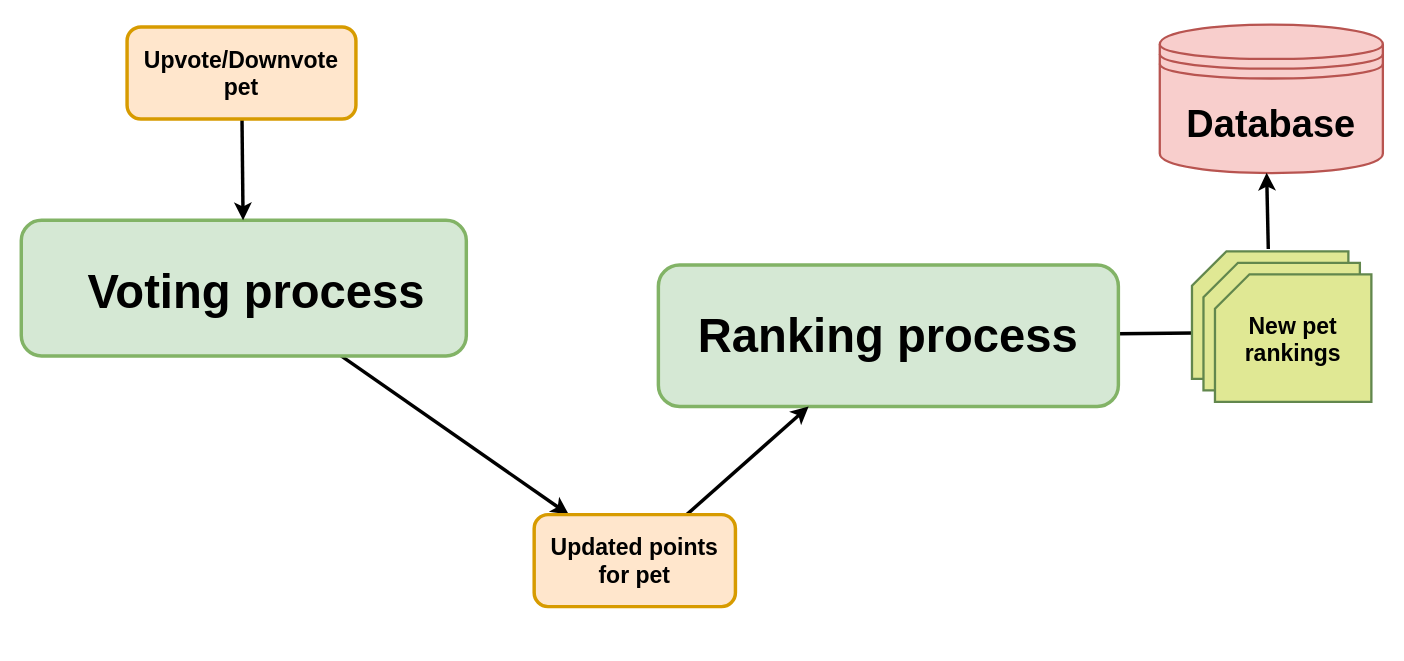
Above: event-driven-architecture/diagram-source.drawio in carltheperson/same-app-different-design-patterns (draw.io), before the change. Source tidied: cells renumbered, new cells numbered last; positions are measured from the earlier drawing's top-left corner, leaving out a move shared by most shapes. Both pictures are drawn from the tidied source at 115%, with x=0, y=0 at pixel (21, 24).
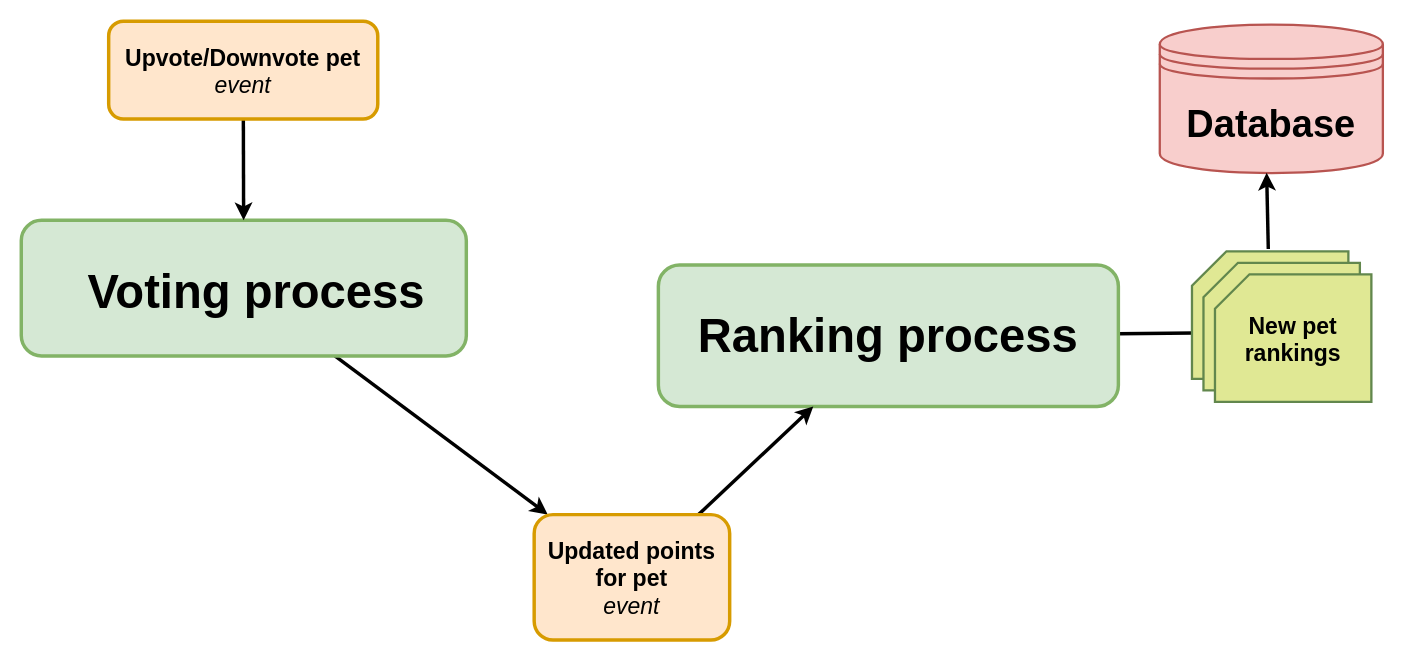
The same diagram, later.

Commit message (it also covers changes not shown here):
New diagram with more clear events

Change to the diagram source:
```diff
@@
 <mxGraphModel>
   <root>
     <mxCell id="0" />
     <mxCell id="1" parent="0" />
     <mxCell id="2" style="edgeStyle=none;rounded=0;jettySize=auto;html=1;strokeWidth=3;" parent="1" edge="1" source="3" target="10">
       <mxGeometry relative="1" as="geometry" />
     </mxCell>
     <mxCell id="3" style="rounded=1;whiteSpace=wrap;html=1;fillColor=#d5e8d4;strokeColor=#82b366;strokeWidth=3;" parent="1" vertex="1">
       <mxGeometry y="170" width="387" height="118" as="geometry" />
     </mxCell>
     <mxCell id="4" value="&lt;br&gt;&lt;div style=&quot;font-size: 41px&quot; align=&quot;left&quot;&gt;&lt;font style=&quot;font-size: 41px&quot;&gt;&lt;b&gt;Voting process &lt;br&gt;&lt;/b&gt;&lt;/font&gt;&lt;/div&gt;" style="text;html=1;strokeColor=none;fillColor=none;align=left;verticalAlign=middle;whiteSpace=wrap;rounded=0;" parent="1" vertex="1">
       <mxGeometry x="56" y="216" width="440" height="20" as="geometry" />
     </mxCell>
     <mxCell id="5" style="edgeStyle=none;rounded=0;jettySize=auto;html=1;strokeWidth=3;entryX=0.013;entryY=0.64;entryDx=0;entryDy=0;entryPerimeter=0;endArrow=none;endFill=0;" parent="1" edge="1" source="6" target="14">
       <mxGeometry relative="1" as="geometry" />
     </mxCell>
     <mxCell id="6" value="&lt;font style=&quot;font-size: 41px&quot;&gt;&lt;b&gt;Ranking process&lt;/b&gt;&lt;/font&gt;" style="rounded=1;whiteSpace=wrap;html=1;fillColor=#d5e8d4;strokeColor=#82b366;strokeWidth=3;" parent="1" vertex="1">
       <mxGeometry x="554" y="209" width="400" height="123" as="geometry" />
     </mxCell>
     <mxCell id="7" style="rounded=0;jettySize=auto;html=1;strokeWidth=3;" parent="1" edge="1" source="8" target="3">
       <mxGeometry relative="1" as="geometry" />
     </mxCell>
-    <mxCell id="8" value="&lt;font style=&quot;font-size: 20px&quot;&gt;&lt;b&gt;&lt;font style=&quot;font-size: 20px&quot;&gt;Upvote/Downvote pet&lt;/font&gt;&lt;/b&gt;&lt;/font&gt;" style="rounded=1;whiteSpace=wrap;html=1;strokeColor=#d79b00;strokeWidth=3;fillColor=#ffe6cc;" parent="1" vertex="1">
-      <mxGeometry x="92" y="2" width="199" height="80" as="geometry" />
+    <mxCell id="8" value="&lt;div&gt;&lt;font style=&quot;font-size: 20px&quot;&gt;&lt;b&gt;&lt;font style=&quot;font-size: 20px&quot;&gt;Upvote/Downvote pet&lt;/font&gt;&lt;/b&gt;&lt;/font&gt;&lt;/div&gt;&lt;div&gt;&lt;font style=&quot;font-size: 20px&quot;&gt;&lt;i&gt;&lt;font style=&quot;font-size: 20px&quot;&gt;event&lt;/font&gt;&lt;/i&gt;&lt;b&gt;&lt;font style=&quot;font-size: 20px&quot;&gt;&lt;br&gt;&lt;/font&gt;&lt;/b&gt;&lt;/font&gt;&lt;/div&gt;" style="rounded=1;whiteSpace=wrap;html=1;strokeColor=#d79b00;strokeWidth=3;fillColor=#ffe6cc;" parent="1" vertex="1">
+      <mxGeometry x="76" y="-3" width="234" height="85" as="geometry" />
     </mxCell>
     <mxCell id="9" style="edgeStyle=none;rounded=0;jettySize=auto;html=1;strokeWidth=3;" parent="1" edge="1" source="10" target="6">
       <mxGeometry relative="1" as="geometry" />
     </mxCell>
-    <mxCell id="10" value="&lt;font style=&quot;font-size: 20px&quot;&gt;&lt;b&gt;&lt;font style=&quot;font-size: 20px&quot;&gt;Updated points for pet&lt;br&gt;&lt;/font&gt;&lt;/b&gt;&lt;/font&gt;" style="rounded=1;whiteSpace=wrap;html=1;strokeColor=#d79b00;strokeWidth=3;fillColor=#ffe6cc;" parent="1" vertex="1">
-      <mxGeometry x="446" y="426" width="175" height="80" as="geometry" />
+    <mxCell id="10" value="&lt;div&gt;&lt;font style=&quot;font-size: 20px&quot;&gt;&lt;b&gt;&lt;font style=&quot;font-size: 20px&quot;&gt;Updated points for pet&lt;/font&gt;&lt;/b&gt;&lt;/font&gt;&lt;/div&gt;&lt;div&gt;&lt;font style=&quot;font-size: 20px&quot;&gt;&lt;i&gt;&lt;font style=&quot;font-size: 20px&quot;&gt;event&lt;/font&gt;&lt;/i&gt;&lt;b&gt;&lt;font style=&quot;font-size: 20px&quot;&gt;&lt;br&gt;&lt;/font&gt;&lt;/b&gt;&lt;/font&gt;&lt;/div&gt;" style="rounded=1;whiteSpace=wrap;html=1;strokeColor=#d79b00;strokeWidth=3;fillColor=#ffe6cc;" parent="1" vertex="1">
+      <mxGeometry x="446" y="426" width="170" height="109" as="geometry" />
     </mxCell>
     <mxCell id="11" value="&lt;font style=&quot;font-size: 33px&quot;&gt;&lt;b&gt;Database&lt;/b&gt;&lt;/font&gt;" style="shape=datastore;whiteSpace=wrap;html=1;strokeColor=#b85450;strokeWidth=2;fillColor=#f8cecc;" parent="1" vertex="1">
       <mxGeometry x="990" width="194" height="129" as="geometry" />
     </mxCell>
     <mxCell id="12" style="edgeStyle=none;rounded=0;jettySize=auto;html=1;endArrow=classic;endFill=1;strokeWidth=3;entryX=0.479;entryY=0.998;entryDx=0;entryDy=0;entryPerimeter=0;exitX=0.488;exitY=-0.018;exitDx=0;exitDy=0;exitPerimeter=0;" parent="1" edge="1" source="14" target="11">
       <mxGeometry relative="1" as="geometry" />
     </mxCell>
     <mxCell id="13" style="group;" parent="1" vertex="1">
       <mxGeometry x="1018" y="197" width="156" height="131" as="geometry" />
     </mxCell>
     <mxCell id="14" style="shape=card;whiteSpace=wrap;html=1;strokeColor=#62874D;strokeWidth=2;fillColor=#E0E894;" parent="13" vertex="1">
       <mxGeometry width="136" height="111" as="geometry" />
     </mxCell>
     <mxCell id="15" style="shape=card;whiteSpace=wrap;html=1;strokeColor=#62874D;strokeWidth=2;fillColor=#E0E894;" parent="13" vertex="1">
       <mxGeometry x="10" y="10" width="136" height="111" as="geometry" />
     </mxCell>
     <mxCell id="16" value="&lt;font style=&quot;font-size: 20px&quot;&gt;&lt;b&gt;&lt;font style=&quot;font-size: 20px&quot;&gt;New pet rankings&lt;br&gt;&lt;/font&gt;&lt;/b&gt;&lt;/font&gt;" style="shape=card;whiteSpace=wrap;html=1;strokeColor=#62874D;strokeWidth=2;fillColor=#E0E894;" parent="13" vertex="1">
       <mxGeometry x="20" y="20" width="136" height="111" as="geometry" />
     </mxCell>
   </root>
 </mxGraphModel>
```
